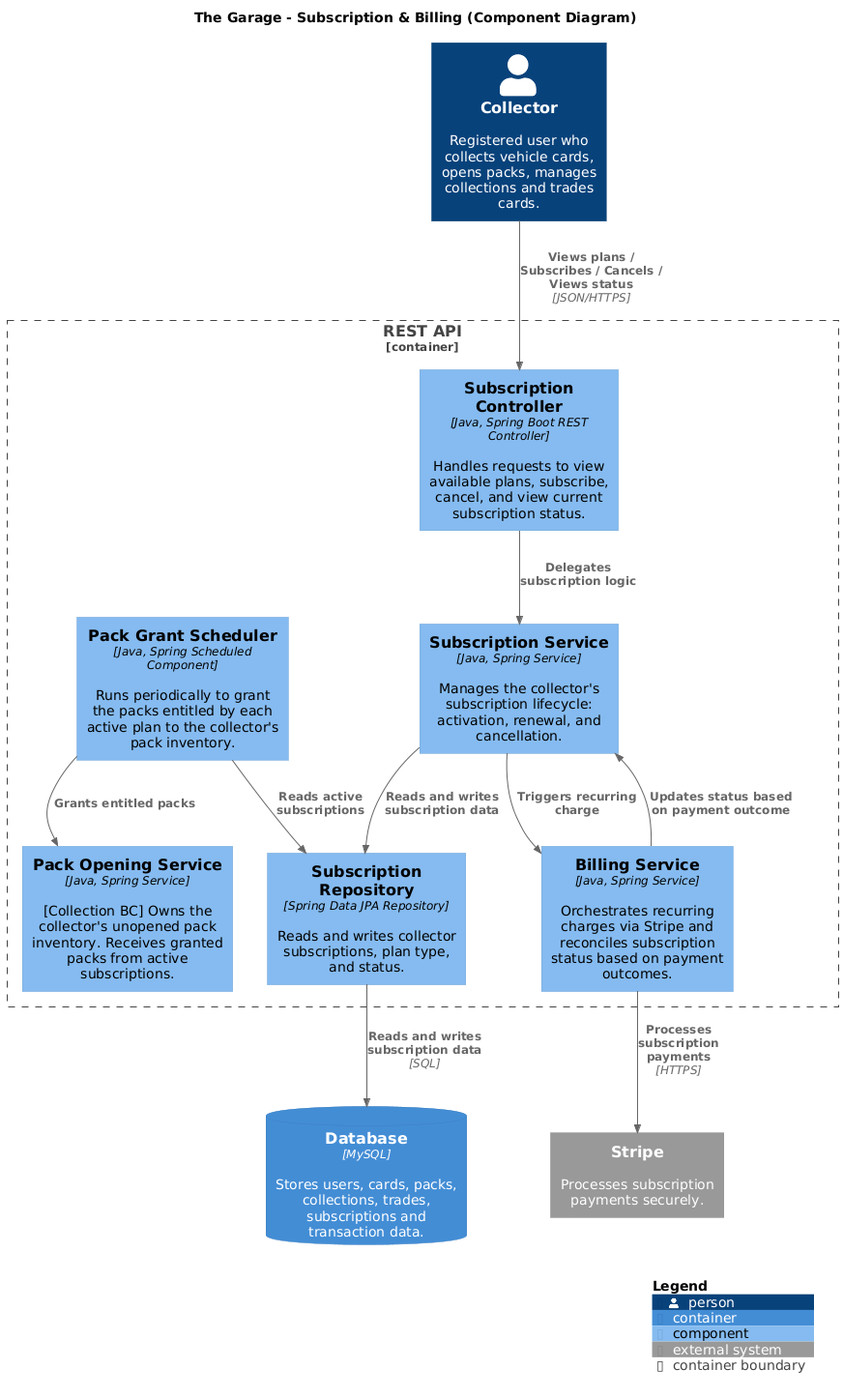
the-garage-studio/the-garage-c4-model-design keeps this PlantUML diagram as exports/ComponentDiagrams/Subscription-ComponentDiagram.png. Above is the earlier version. Its diagram source:
```plantuml
@startuml Subscription-ComponentDiagram
!include https://raw.githubusercontent.com/plantuml-stdlib/C4-PlantUML/master/C4_Component.puml

LAYOUT_WITH_LEGEND()

title The Garage - Subscription & Billing (Component Diagram)

Person(collector, "Collector", "Registered user who collects vehicle cards, opens packs, manages collections and trades cards.")

System_Ext(stripe, "Stripe", "Processes subscription payments securely.")

Container_Boundary(api, "REST API") {

    Component(subscription_controller, "Subscription Controller", "Java, Spring Boot REST Controller", "Handles requests to view available plans, subscribe, cancel, and view current subscription status.")

    Component(subscription_service, "Subscription Service", "Java, Spring Service", "Manages the collector's subscription lifecycle: activation, renewal, and cancellation.")
    Component(billing_service, "Billing Service", "Java, Spring Service", "Orchestrates recurring charges via Stripe and reconciles subscription status based on payment outcomes.")
    Component(pack_grant_scheduler, "Pack Grant Scheduler", "Java, Spring Scheduled Component", "Runs periodically to grant the packs entitled by each active plan to the collector's pack inventory.")

    Component(pack_opening_service, "Pack Opening Service", "Java, Spring Service", "[Collection BC] Owns the collector's unopened pack inventory. Receives granted packs from active subscriptions.")

    Component(subscription_repository, "Subscription Repository", "Spring Data JPA Repository", "Reads and writes collector subscriptions, plan type, and status.")
}

ContainerDb(database, "Database", "MySQL", "Stores users, cards, packs, collections, trades, subscriptions and transaction data.")

Rel(collector, subscription_controller, "Views plans / Subscribes / Cancels / Views status", "JSON/HTTPS")

Rel(subscription_controller, subscription_service, "Delegates subscription logic")

Rel(subscription_service, subscription_repository, "Reads and writes subscription data")
Rel(subscription_service, billing_service, "Triggers recurring charge")

Rel(billing_service, stripe, "Processes subscription payments", "HTTPS")
Rel(billing_service, subscription_service, "Updates status based on payment outcome")

Rel(pack_grant_scheduler, subscription_repository, "Reads active subscriptions")
Rel(pack_grant_scheduler, pack_opening_service, "Grants entitled packs")

Rel(subscription_repository, database, "Reads and writes subscription data", "SQL")

SHOW_LEGEND()
@enduml
```
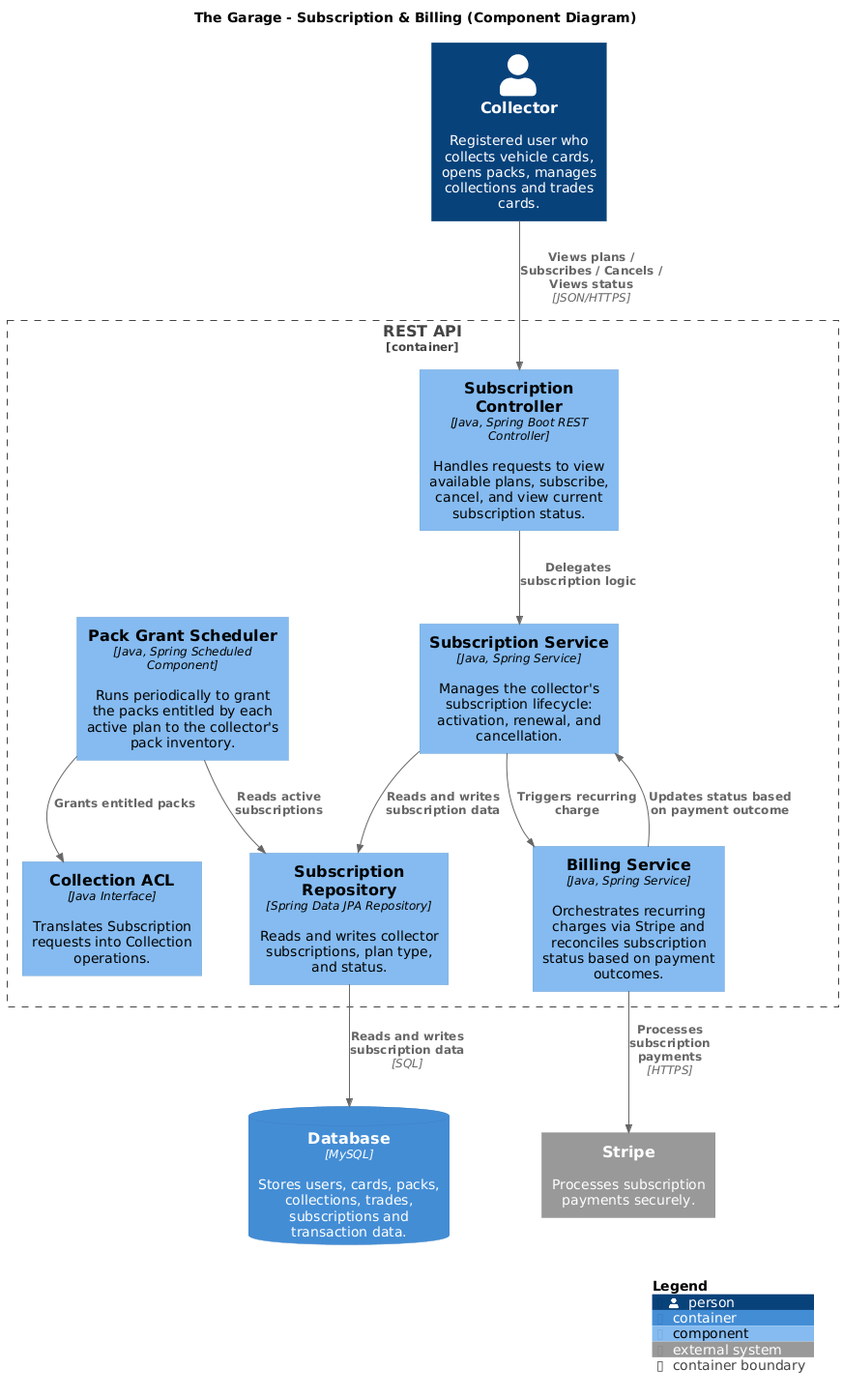
Later version of the same file.

Change to the diagram source:
```diff
@@ -17,7 +17,7 @@
     Component(billing_service, "Billing Service", "Java, Spring Service", "Orchestrates recurring charges via Stripe and reconciles subscription status based on payment outcomes.")
     Component(pack_grant_scheduler, "Pack Grant Scheduler", "Java, Spring Scheduled Component", "Runs periodically to grant the packs entitled by each active plan to the collector's pack inventory.")
 
-    Component(pack_opening_service, "Pack Opening Service", "Java, Spring Service", "[Collection BC] Owns the collector's unopened pack inventory. Receives granted packs from active subscriptions.")
+    Component(collection_acl, "Collection ACL", "Java Interface", "Translates Subscription requests into Collection operations.")
 
     Component(subscription_repository, "Subscription Repository", "Spring Data JPA Repository", "Reads and writes collector subscriptions, plan type, and status.")
 }
@@ -35,8 +35,7 @@
 Rel(billing_service, subscription_service, "Updates status based on payment outcome")
 
 Rel(pack_grant_scheduler, subscription_repository, "Reads active subscriptions")
-Rel(pack_grant_scheduler, pack_opening_service, "Grants entitled packs")
-
+Rel(pack_grant_scheduler, collection_acl, "Grants entitled packs")
 Rel(subscription_repository, database, "Reads and writes subscription data", "SQL")
 
 SHOW_LEGEND()
```
